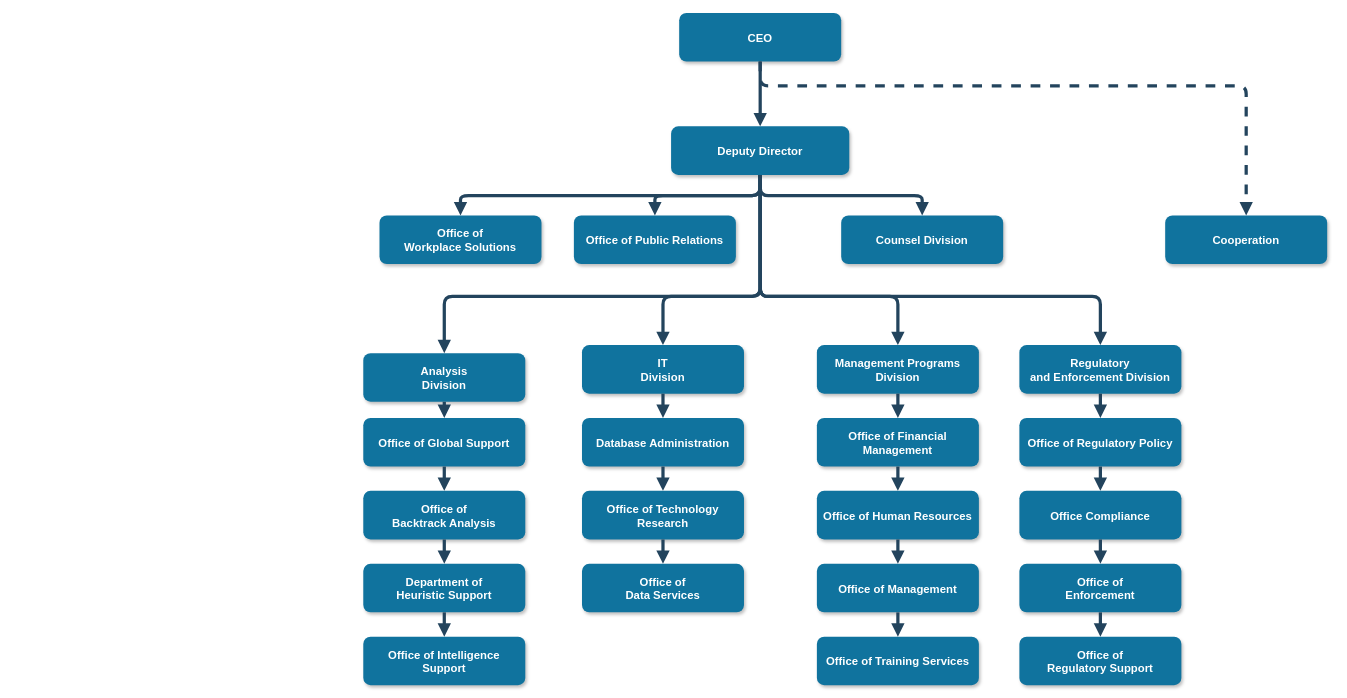
The draw.io diagram FoxAI - Cơ cấu dự kiến 2025.drawio in hoanglong8/hoanglong8, before the edit. Source tidied: cells renumbered, new cells numbered last; positions are measured from the earlier drawing's top-left corner, leaving out a move shared by most shapes. Both pictures are drawn from the tidied source at 81%, with x=0, y=0 at pixel (363, 13).
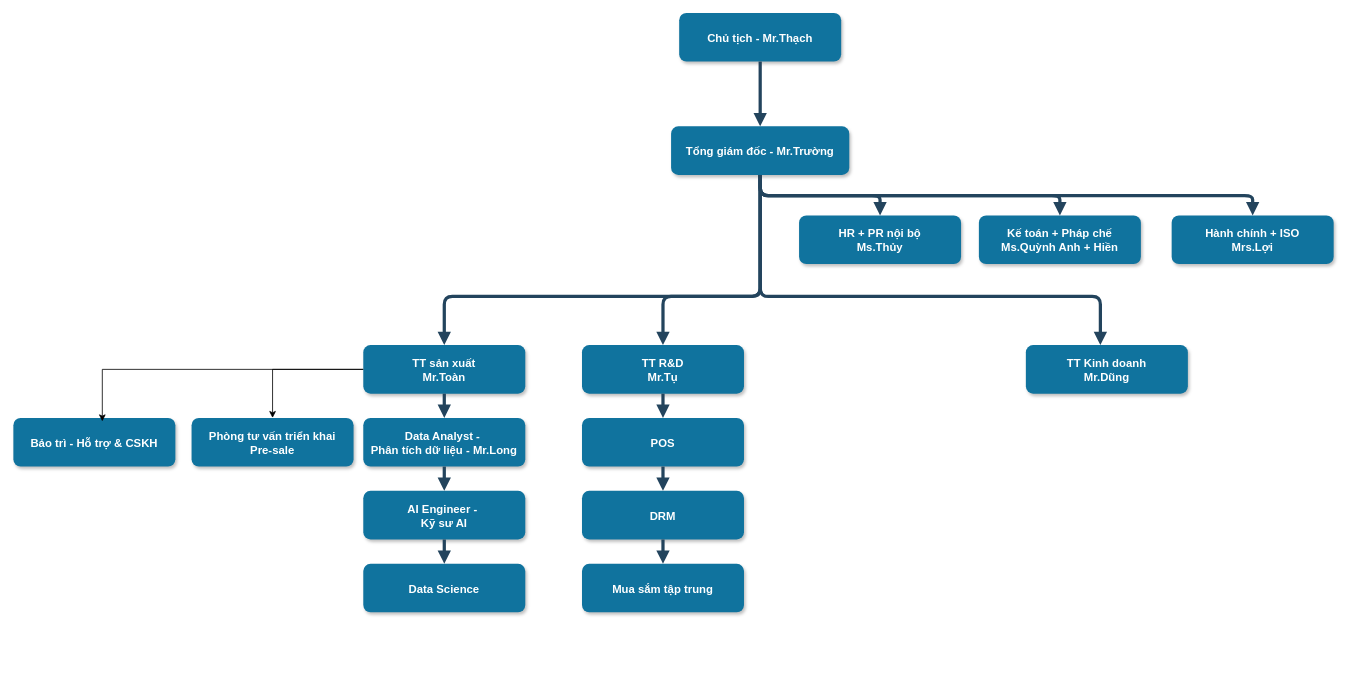
After the change.

Commit message:
Cập nhật FoxAI - Cơ cấu dự kiến 2025.drawio

The edit, as a diff of the source:
```diff
@@
-    <mxCell id="2" value="CEO" style="rounded=1;fillColor=#10739E;strokeColor=none;shadow=1;gradientColor=none;fontStyle=1;fontColor=#FFFFFF;fontSize=14;" parent="1" vertex="1">
+    <mxCell id="2" value="Chủ tịch - Mr.Thạch" style="rounded=1;fillColor=#10739E;strokeColor=none;shadow=1;gradientColor=none;fontStyle=1;fontColor=#FFFFFF;fontSize=14;" parent="1" vertex="1">
       <mxGeometry x="390" y="-0.5" width="200" height="60" as="geometry" />
     </mxCell>
-    <mxCell id="3" value="Deputy Director" style="rounded=1;fillColor=#10739E;strokeColor=none;shadow=1;gradientColor=none;fontStyle=1;fontColor=#FFFFFF;fontSize=14;" parent="1" vertex="1">
+    <mxCell id="3" value="Tổng giám đốc - Mr.Trường" style="rounded=1;fillColor=#10739E;strokeColor=none;shadow=1;gradientColor=none;fontStyle=1;fontColor=#FFFFFF;fontSize=14;" parent="1" vertex="1">
       <mxGeometry x="380" y="139.5" width="220" height="60" as="geometry" />
     </mxCell>
-    <mxCell id="4" value="Office of &#10;Workplace Solutions" style="rounded=1;fillColor=#10739E;strokeColor=none;shadow=1;gradientColor=none;fontStyle=1;fontColor=#FFFFFF;fontSize=14;" parent="1" vertex="1">
-      <mxGeometry x="20" y="249.5" width="200" height="60" as="geometry" />
+    <mxCell id="4" value="Kế toán + Pháp chế&#10;Ms.Quỳnh Anh + Hiền" style="rounded=1;fillColor=#10739E;strokeColor=none;shadow=1;gradientColor=none;fontStyle=1;fontColor=#FFFFFF;fontSize=14;" parent="1" vertex="1">
+      <mxGeometry x="760" y="249.5" width="200" height="60" as="geometry" />
     </mxCell>
-    <mxCell id="5" value="Office of Public Relations" style="rounded=1;fillColor=#10739E;strokeColor=none;shadow=1;gradientColor=none;fontStyle=1;fontColor=#FFFFFF;fontSize=14;" parent="1" vertex="1">
-      <mxGeometry x="260" y="249.5" width="200" height="60" as="geometry" />
+    <mxCell id="5" value="HR + PR nội bộ&#10;Ms.Thủy" style="rounded=1;fillColor=#10739E;strokeColor=none;shadow=1;gradientColor=none;fontStyle=1;fontColor=#FFFFFF;fontSize=14;" parent="1" vertex="1">
+      <mxGeometry x="538" y="249.5" width="200" height="60" as="geometry" />
     </mxCell>
-    <mxCell id="6" value="Counsel Division" style="rounded=1;fillColor=#10739E;strokeColor=none;shadow=1;gradientColor=none;fontStyle=1;fontColor=#FFFFFF;fontSize=14;" parent="1" vertex="1">
-      <mxGeometry x="590" y="249.5" width="200" height="60" as="geometry" />
+    <mxCell id="6" value="TT Kinh doanh&#10;Mr.Dũng" style="rounded=1;fillColor=#10739E;strokeColor=none;shadow=1;gradientColor=none;fontStyle=1;fontColor=#FFFFFF;fontSize=14;" parent="1" vertex="1">
+      <mxGeometry x="818" y="409.5" width="200" height="60" as="geometry" />
     </mxCell>
-    <mxCell id="7" value="Cooperation" style="rounded=1;fillColor=#10739E;strokeColor=none;shadow=1;gradientColor=none;fontStyle=1;fontColor=#FFFFFF;fontSize=14;" parent="1" vertex="1">
-      <mxGeometry x="990" y="249.5" width="200" height="60" as="geometry" />
-    </mxCell>
+    <mxCell id="51" style="edgeStyle=orthogonalEdgeStyle;rounded=0;jettySize=auto;html=1;exitX=0;exitY=0.5;exitDx=0;exitDy=0;" parent="1" edge="1" source="8" target="17">
+      <mxGeometry relative="1" as="geometry" />
+    </mxCell>
-    <mxCell id="8" value="Analysis &#10;Division" style="rounded=1;fillColor=#10739E;strokeColor=none;shadow=1;gradientColor=none;fontStyle=1;fontColor=#FFFFFF;fontSize=14;" parent="1" vertex="1">
-      <mxGeometry y="419.5" width="200" height="60" as="geometry" />
+    <mxCell id="8" value="TT sản xuất&#10;Mr.Toàn" style="rounded=1;fillColor=#10739E;strokeColor=none;shadow=1;gradientColor=none;fontStyle=1;fontColor=#FFFFFF;fontSize=14;" parent="1" vertex="1">
+      <mxGeometry y="409.5" width="200" height="60" as="geometry" />
     </mxCell>
-    <mxCell id="9" value="Office of Global Support" style="rounded=1;fillColor=#10739E;strokeColor=none;shadow=1;gradientColor=none;fontStyle=1;fontColor=#FFFFFF;fontSize=14;" parent="1" vertex="1">
+    <mxCell id="9" value="Data Analyst - &#10;Phân tích dữ liệu - Mr.Long" style="rounded=1;fillColor=#10739E;strokeColor=none;shadow=1;gradientColor=none;fontStyle=1;fontColor=#FFFFFF;fontSize=14;" parent="1" vertex="1">
       <mxGeometry y="499.5" width="200" height="60" as="geometry" />
     </mxCell>
-    <mxCell id="10" value="Office of &#10;Backtrack Analysis" style="rounded=1;fillColor=#10739E;strokeColor=none;shadow=1;gradientColor=none;fontStyle=1;fontColor=#FFFFFF;fontSize=14;" parent="1" vertex="1">
+    <mxCell id="10" value="AI Engineer - &#10;Kỹ sư AI" style="rounded=1;fillColor=#10739E;strokeColor=none;shadow=1;gradientColor=none;fontStyle=1;fontColor=#FFFFFF;fontSize=14;" parent="1" vertex="1">
       <mxGeometry y="589.5" width="200" height="60" as="geometry" />
     </mxCell>
-    <mxCell id="11" value="Department of &#10;Heuristic Support" style="rounded=1;fillColor=#10739E;strokeColor=none;shadow=1;gradientColor=none;fontStyle=1;fontColor=#FFFFFF;fontSize=14;" parent="1" vertex="1">
+    <mxCell id="11" value="Data Science" style="rounded=1;fillColor=#10739E;strokeColor=none;shadow=1;gradientColor=none;fontStyle=1;fontColor=#FFFFFF;fontSize=14;" parent="1" vertex="1">
       <mxGeometry y="679.5" width="200" height="60" as="geometry" />
     </mxCell>
-    <mxCell id="12" value="Office of Intelligence &#10;Support" style="rounded=1;fillColor=#10739E;strokeColor=none;shadow=1;gradientColor=none;fontStyle=1;fontColor=#FFFFFF;fontSize=14;" parent="1" vertex="1">
-      <mxGeometry y="769.5" width="200" height="60" as="geometry" />
-    </mxCell>
-    <mxCell id="13" value="IT&#10;Division" style="rounded=1;fillColor=#10739E;strokeColor=none;shadow=1;gradientColor=none;fontStyle=1;fontColor=#FFFFFF;fontSize=14;" parent="1" vertex="1">
+    <mxCell id="13" value="TT R&amp;D&#10;Mr.Tụ" style="rounded=1;fillColor=#10739E;strokeColor=none;shadow=1;gradientColor=none;fontStyle=1;fontColor=#FFFFFF;fontSize=14;" parent="1" vertex="1">
       <mxGeometry x="270" y="409.5" width="200" height="60" as="geometry" />
     </mxCell>
-    <mxCell id="14" value="Database Administration" style="rounded=1;fillColor=#10739E;strokeColor=none;shadow=1;gradientColor=none;fontStyle=1;fontColor=#FFFFFF;fontSize=14;" parent="1" vertex="1">
+    <mxCell id="14" value="POS" style="rounded=1;fillColor=#10739E;strokeColor=none;shadow=1;gradientColor=none;fontStyle=1;fontColor=#FFFFFF;fontSize=14;" parent="1" vertex="1">
       <mxGeometry x="270" y="499.5" width="200" height="60" as="geometry" />
     </mxCell>
-    <mxCell id="15" value="Office of Technology &#10;Research" style="rounded=1;fillColor=#10739E;strokeColor=none;shadow=1;gradientColor=none;fontStyle=1;fontColor=#FFFFFF;fontSize=14;" parent="1" vertex="1">
+    <mxCell id="15" value="DRM" style="rounded=1;fillColor=#10739E;strokeColor=none;shadow=1;gradientColor=none;fontStyle=1;fontColor=#FFFFFF;fontSize=14;" parent="1" vertex="1">
       <mxGeometry x="270" y="589.5" width="200" height="60" as="geometry" />
     </mxCell>
-    <mxCell id="16" value="Office of&#10;Data Services" style="rounded=1;fillColor=#10739E;strokeColor=none;shadow=1;gradientColor=none;fontStyle=1;fontColor=#FFFFFF;fontSize=14;" parent="1" vertex="1">
+    <mxCell id="16" value="Mua sắm tập trung" style="rounded=1;fillColor=#10739E;strokeColor=none;shadow=1;gradientColor=none;fontStyle=1;fontColor=#FFFFFF;fontSize=14;" parent="1" vertex="1">
       <mxGeometry x="270" y="679.5" width="200" height="60" as="geometry" />
     </mxCell>
-    <mxCell id="17" value="Management Programs &#10;Division" style="rounded=1;fillColor=#10739E;strokeColor=none;shadow=1;gradientColor=none;fontStyle=1;fontColor=#FFFFFF;fontSize=14;" parent="1" vertex="1">
-      <mxGeometry x="560" y="409.5" width="200" height="60" as="geometry" />
+    <mxCell id="17" value="Phòng tư vấn triển khai&#10;Pre-sale" style="rounded=1;fillColor=#10739E;strokeColor=none;shadow=1;gradientColor=none;fontStyle=1;fontColor=#FFFFFF;fontSize=14;" parent="1" vertex="1">
+      <mxGeometry x="-212" y="499.5" width="200" height="60" as="geometry" />
     </mxCell>
-    <mxCell id="18" value="Office of Financial &#10;Management" style="rounded=1;fillColor=#10739E;strokeColor=none;shadow=1;gradientColor=none;fontStyle=1;fontColor=#FFFFFF;fontSize=14;" parent="1" vertex="1">
-      <mxGeometry x="560" y="499.5" width="200" height="60" as="geometry" />
+    <mxCell id="18" value="Bảo trì - Hỗ trợ &amp; CSKH" style="rounded=1;fillColor=#10739E;strokeColor=none;shadow=1;gradientColor=none;fontStyle=1;fontColor=#FFFFFF;fontSize=14;" parent="1" vertex="1">
+      <mxGeometry x="-432" y="499.5" width="200" height="60" as="geometry" />
     </mxCell>
-    <mxCell id="19" value="Office of Human Resources" style="rounded=1;fillColor=#10739E;strokeColor=none;shadow=1;gradientColor=none;fontStyle=1;fontColor=#FFFFFF;fontSize=14;" parent="1" vertex="1">
-      <mxGeometry x="560" y="589.5" width="200" height="60" as="geometry" />
-    </mxCell>
-    <mxCell id="20" value="Office of Management " style="rounded=1;fillColor=#10739E;strokeColor=none;shadow=1;gradientColor=none;fontStyle=1;fontColor=#FFFFFF;fontSize=14;" parent="1" vertex="1">
-      <mxGeometry x="560" y="679.5" width="200" height="60" as="geometry" />
-    </mxCell>
-    <mxCell id="21" value="Office of Training Services" style="rounded=1;fillColor=#10739E;strokeColor=none;shadow=1;gradientColor=none;fontStyle=1;fontColor=#FFFFFF;fontSize=14;" parent="1" vertex="1">
-      <mxGeometry x="560" y="769.5" width="200" height="60" as="geometry" />
-    </mxCell>
-    <mxCell id="22" value="Regulatory &#10;and Enforcement Division" style="rounded=1;fillColor=#10739E;strokeColor=none;shadow=1;gradientColor=none;fontStyle=1;fontColor=#FFFFFF;fontSize=14;" parent="1" vertex="1">
-      <mxGeometry x="810" y="409.5" width="200" height="60" as="geometry" />
-    </mxCell>
-    <mxCell id="23" value="Office of Regulatory Policy" style="rounded=1;fillColor=#10739E;strokeColor=none;shadow=1;gradientColor=none;fontStyle=1;fontColor=#FFFFFF;fontSize=14;" parent="1" vertex="1">
-      <mxGeometry x="810" y="499.5" width="200" height="60" as="geometry" />
-    </mxCell>
-    <mxCell id="24" value="Office Compliance" style="rounded=1;fillColor=#10739E;strokeColor=none;shadow=1;gradientColor=none;fontStyle=1;fontColor=#FFFFFF;fontSize=14;" parent="1" vertex="1">
-      <mxGeometry x="810" y="589.5" width="200" height="60" as="geometry" />
-    </mxCell>
-    <mxCell id="25" value="Office of &#10;Enforcement" style="rounded=1;fillColor=#10739E;strokeColor=none;shadow=1;gradientColor=none;fontStyle=1;fontColor=#FFFFFF;fontSize=14;" parent="1" vertex="1">
-      <mxGeometry x="810" y="679.5" width="200" height="60" as="geometry" />
-    </mxCell>
-    <mxCell id="26" value="Office of&#10; Regulatory Support" style="rounded=1;fillColor=#10739E;strokeColor=none;shadow=1;gradientColor=none;fontStyle=1;fontColor=#FFFFFF;fontSize=14;" parent="1" vertex="1">
-      <mxGeometry x="810" y="769.5" width="200" height="60" as="geometry" />
-    </mxCell>
@@
-    <mxCell id="30" style="edgeStyle=elbowEdgeStyle;elbow=vertical;strokeWidth=4;endArrow=block;endFill=1;fontStyle=1;strokeColor=#23445D;" parent="1" edge="1" source="3" target="6">
-      <mxGeometry x="22" y="165.5" as="geometry" />
-    </mxCell>
-    <mxCell id="31" style="edgeStyle=elbowEdgeStyle;elbow=vertical;strokeWidth=4;endArrow=block;endFill=1;fontStyle=1;dashed=1;strokeColor=#23445D;" parent="1" edge="1" source="2" target="7">
-      <mxGeometry x="22" y="165.5" as="geometry">
-        <Array as="points">
-          <mxPoint x="780" y="89.5" />
-        </Array>
-      </mxGeometry>
-    </mxCell>
@@
-    <mxCell id="33" style="edgeStyle=elbowEdgeStyle;elbow=vertical;strokeWidth=4;endArrow=block;endFill=1;fontStyle=1;strokeColor=#23445D;" parent="1" edge="1" source="3" target="22">
+    <mxCell id="33" style="edgeStyle=elbowEdgeStyle;elbow=vertical;strokeWidth=4;endArrow=block;endFill=1;fontStyle=1;strokeColor=#23445D;" parent="1" edge="1" source="3">
       <mxGeometry x="22" y="165.5" as="geometry">
+        <mxPoint x="910" y="409.5" as="targetPoint" />
         <Array as="points">
           <mxPoint x="690" y="349.5" />
         </Array>
       </mxGeometry>
     </mxCell>
@@
-    <mxCell id="37" style="edgeStyle=elbowEdgeStyle;elbow=vertical;strokeWidth=4;endArrow=block;endFill=1;fontStyle=1;strokeColor=#23445D;" parent="1" edge="1" source="11" target="12">
-      <mxGeometry x="62" y="195.5" as="geometry" />
-    </mxCell>
@@
-    <mxCell id="41" style="edgeStyle=elbowEdgeStyle;elbow=vertical;strokeWidth=4;endArrow=block;endFill=1;fontStyle=1;strokeColor=#23445D;" parent="1" edge="1" source="17" target="18">
-      <mxGeometry x="72" y="165.5" as="geometry" />
-    </mxCell>
-    <mxCell id="42" style="edgeStyle=elbowEdgeStyle;elbow=vertical;strokeWidth=4;endArrow=block;endFill=1;fontStyle=1;strokeColor=#23445D;" parent="1" edge="1" source="18" target="19">
-      <mxGeometry x="72" y="175.5" as="geometry" />
-    </mxCell>
-    <mxCell id="43" style="edgeStyle=elbowEdgeStyle;elbow=vertical;strokeWidth=4;endArrow=block;endFill=1;fontStyle=1;strokeColor=#23445D;" parent="1" edge="1" source="19" target="20">
-      <mxGeometry x="72" y="185.5" as="geometry" />
-    </mxCell>
-    <mxCell id="44" style="edgeStyle=elbowEdgeStyle;elbow=vertical;strokeWidth=4;endArrow=block;endFill=1;fontStyle=1;strokeColor=#23445D;" parent="1" edge="1" source="20" target="21">
-      <mxGeometry x="72" y="195.5" as="geometry" />
-    </mxCell>
-    <mxCell id="45" style="edgeStyle=elbowEdgeStyle;elbow=vertical;strokeWidth=4;endArrow=block;endFill=1;fontStyle=1;strokeColor=#23445D;" parent="1" edge="1" source="22" target="23">
-      <mxGeometry x="72" y="165.5" as="geometry" />
-    </mxCell>
-    <mxCell id="46" style="edgeStyle=elbowEdgeStyle;elbow=vertical;strokeWidth=4;endArrow=block;endFill=1;fontStyle=1;strokeColor=#23445D;" parent="1" edge="1" source="23" target="24">
-      <mxGeometry x="72" y="175.5" as="geometry" />
-    </mxCell>
-    <mxCell id="47" style="edgeStyle=elbowEdgeStyle;elbow=vertical;strokeWidth=4;endArrow=block;endFill=1;fontStyle=1;strokeColor=#23445D;" parent="1" edge="1" source="24" target="25">
-      <mxGeometry x="72" y="185.5" as="geometry" />
-    </mxCell>
-    <mxCell id="48" style="edgeStyle=elbowEdgeStyle;elbow=vertical;strokeWidth=4;endArrow=block;endFill=1;fontStyle=1;strokeColor=#23445D;" parent="1" edge="1" source="25" target="26">
-      <mxGeometry x="72" y="195.5" as="geometry" />
-    </mxCell>
@@
-    <mxCell id="50" style="edgeStyle=elbowEdgeStyle;elbow=vertical;strokeWidth=4;endArrow=block;endFill=1;fontStyle=1;strokeColor=#23445D;" parent="1" edge="1" source="3" target="17">
-      <mxGeometry x="22" y="165.5" as="geometry">
-        <Array as="points">
-          <mxPoint x="660" y="349.5" />
-        </Array>
-      </mxGeometry>
-    </mxCell>
+    <mxCell id="52" value="Hành chính + ISO&#10;Mrs.Lợi" style="rounded=1;fillColor=#10739E;strokeColor=none;shadow=1;gradientColor=none;fontStyle=1;fontColor=#FFFFFF;fontSize=14;" parent="1" vertex="1">
+      <mxGeometry x="998" y="249.5" width="200" height="60" as="geometry" />
+    </mxCell>
+    <mxCell id="53" style="edgeStyle=elbowEdgeStyle;elbow=vertical;strokeWidth=4;endArrow=block;endFill=1;fontStyle=1;strokeColor=#23445D;exitX=0.5;exitY=1;exitDx=0;exitDy=0;" parent="1" edge="1" source="3" target="52">
+      <mxGeometry x="22" y="165.5" as="geometry" />
+    </mxCell>
+    <mxCell id="54" style="edgeStyle=orthogonalEdgeStyle;rounded=0;jettySize=auto;html=1;exitX=0;exitY=0.5;exitDx=0;exitDy=0;entryX=0.549;entryY=0.07;entryDx=0;entryDy=0;entryPerimeter=0;" parent="1" edge="1" source="8" target="18">
+      <mxGeometry relative="1" as="geometry" />
+    </mxCell>
```
